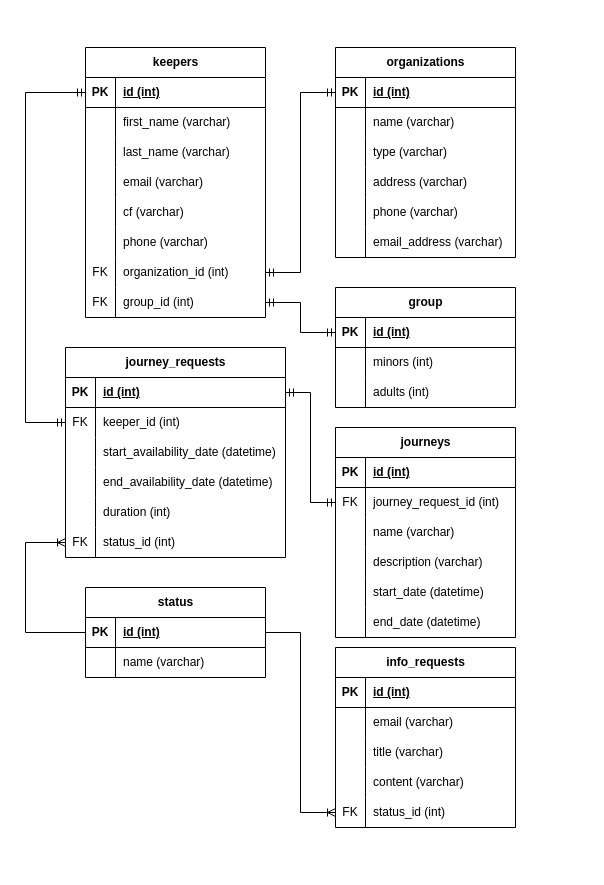
MauroPacenti/CC-Education keeps this draw.io diagram as documentation/backend/blueprints/database/CC-Education.drawio. Above is the earlier version. Source tidied: cells renumbered, new cells numbered last; positions are measured from the earlier drawing's top-left corner, leaving out a move shared by most shapes. Both pictures are drawn from the tidied source at 100%, with x=0, y=0 at pixel (25, 47).
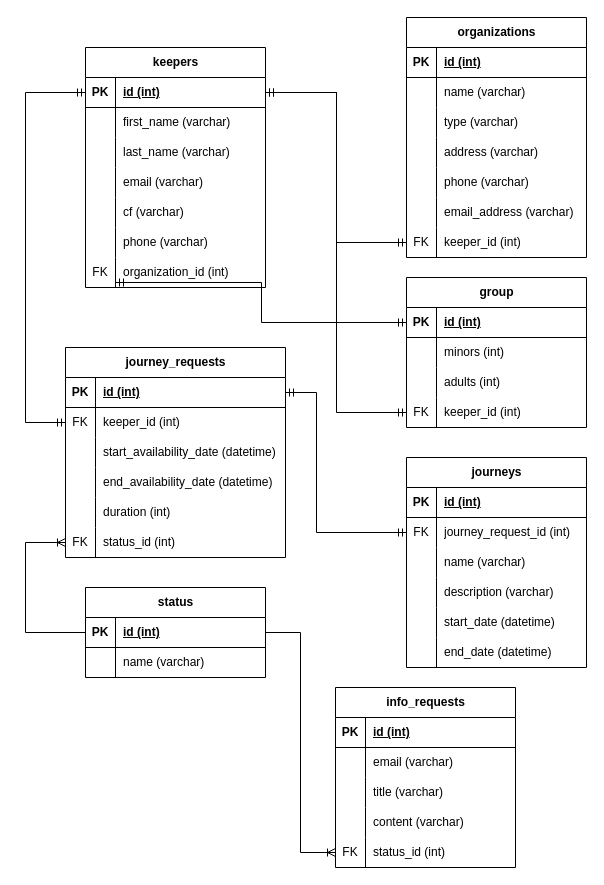
Above is the later version.

Commit message:
CC-Education database blueprint corrected

now keepers table only migrates its key intead of accepting foreign
keys;
now groups and organizations table accept keeper_id as foreign key;

The change refers to these unchanged cells:
```xml
<mxCell id="6" style="shape=tableRow;horizontal=0;startSize=0;swimlaneHead=0;swimlaneBody=0;fillColor=none;points=[[0,0.5],[1,0.5]];portConstraint=eastwest;top=0;left=0;right=0;bottom=0;" parent="2" vertex="1">
  <mxGeometry y="60" width="180" height="30" as="geometry" />
</mxCell>
<mxCell id="22" style="shape=tableRow;horizontal=0;startSize=0;swimlaneHead=0;swimlaneBody=0;fillColor=none;points=[[0,0.5],[1,0.5]];portConstraint=eastwest;top=0;left=0;right=0;bottom=1;" parent="21" vertex="1">
  <mxGeometry y="30" width="180" height="30" as="geometry" />
</mxCell>
<mxCell id="57" style="shape=tableRow;horizontal=0;startSize=0;swimlaneHead=0;swimlaneBody=0;fillColor=none;points=[[0,0.5],[1,0.5]];portConstraint=eastwest;top=0;left=0;right=0;bottom=1;" parent="56" vertex="1">
  <mxGeometry y="30" width="180" height="30" as="geometry" />
</mxCell>
<mxCell id="75" style="shape=tableRow;horizontal=0;startSize=0;swimlaneHead=0;swimlaneBody=0;fillColor=none;points=[[0,0.5],[1,0.5]];portConstraint=eastwest;top=0;left=0;right=0;bottom=0;" parent="56" vertex="1">
  <mxGeometry y="210" width="180" height="30" as="geometry" />
</mxCell>
<mxCell id="82" style="shape=tableRow;horizontal=0;startSize=0;swimlaneHead=0;swimlaneBody=0;fillColor=none;points=[[0,0.5],[1,0.5]];portConstraint=eastwest;top=0;left=0;right=0;bottom=1;" parent="81" vertex="1">
  <mxGeometry y="30" width="220" height="30" as="geometry" />
</mxCell>
<mxCell id="111" style="shape=tableRow;horizontal=0;startSize=0;swimlaneHead=0;swimlaneBody=0;fillColor=none;points=[[0,0.5],[1,0.5]];portConstraint=eastwest;top=0;left=0;right=0;bottom=1;" parent="110" vertex="1">
  <mxGeometry y="30" width="180" height="30" as="geometry" />
</mxCell>
```

Diff of the diagram source:
```diff
@@
     <mxCell id="2" value="journeys" style="shape=table;startSize=30;childLayout=tableLayout;rowLines=0;fontStyle=1;align=center;html=1;" parent="1" vertex="1">
-      <mxGeometry x="310" y="380" width="180" height="210" as="geometry" />
+      <mxGeometry x="381" y="410" width="180" height="210" as="geometry" />
     </mxCell>
@@
     <mxCell id="21" value="organizations" style="shape=table;startSize=30;childLayout=tableLayout;rowLines=0;fontStyle=1;align=center;html=1;" parent="1" vertex="1">
-      <mxGeometry x="310" width="180" height="210" as="geometry" />
+      <mxGeometry x="381" y="-30" width="180" height="240" as="geometry" />
     </mxCell>
@@
+    <mxCell id="123" style="shape=tableRow;horizontal=0;startSize=0;swimlaneHead=0;swimlaneBody=0;fillColor=none;points=[[0,0.5],[1,0.5]];portConstraint=eastwest;top=0;left=0;right=0;bottom=0;" parent="21" vertex="1">
+      <mxGeometry y="210" width="180" height="30" as="geometry" />
+    </mxCell>
+    <mxCell id="124" value="FK" style="shape=partialRectangle;fillColor=none;top=0;left=0;bottom=0;right=0;overflow=hidden;whiteSpace=wrap;html=1;" parent="123" vertex="1">
+      <mxGeometry width="30" height="30" as="geometry" />
+    </mxCell>
+    <mxCell id="125" value="keeper_id (int)" style="shape=partialRectangle;fillColor=none;top=0;left=0;bottom=0;right=0;align=left;spacingLeft=6;overflow=hidden;whiteSpace=wrap;html=1;" parent="123" vertex="1">
+      <mxGeometry x="30" width="150" height="30" as="geometry" />
+    </mxCell>
     <mxCell id="40" value="info_requests" style="shape=table;startSize=30;childLayout=tableLayout;rowLines=0;fontStyle=1;align=center;html=1;" parent="1" vertex="1">
-      <mxGeometry x="310" y="600" width="180" height="180" as="geometry" />
+      <mxGeometry x="310" y="640" width="180" height="180" as="geometry" />
     </mxCell>
@@
     <mxCell id="56" value="keepers" style="shape=table;startSize=30;childLayout=tableLayout;rowLines=0;fontStyle=1;align=center;html=1;" parent="1" vertex="1">
-      <mxGeometry x="60" width="180" height="270" as="geometry" />
+      <mxGeometry x="60" width="180" height="240" as="geometry" />
     </mxCell>
@@
-    <mxCell id="78" style="shape=tableRow;horizontal=0;startSize=0;swimlaneHead=0;swimlaneBody=0;fillColor=none;points=[[0,0.5],[1,0.5]];portConstraint=eastwest;top=0;left=0;right=0;bottom=0;" parent="56" vertex="1">
-      <mxGeometry y="240" width="180" height="30" as="geometry" />
-    </mxCell>
-    <mxCell id="79" value="FK" style="shape=partialRectangle;fillColor=none;top=0;left=0;bottom=0;right=0;overflow=hidden;whiteSpace=wrap;html=1;" parent="78" vertex="1">
-      <mxGeometry width="30" height="30" as="geometry" />
-    </mxCell>
-    <mxCell id="80" value="group_id (int)" style="shape=partialRectangle;fillColor=none;top=0;left=0;bottom=0;right=0;align=left;spacingLeft=6;overflow=hidden;whiteSpace=wrap;html=1;" parent="78" vertex="1">
-      <mxGeometry x="30" width="150" height="30" as="geometry" />
-    </mxCell>
@@
     <mxCell id="109" style="edgeStyle=elbowEdgeStyle;fontSize=12;html=1;endArrow=ERmandOne;startArrow=ERmandOne;rounded=0;exitX=1;exitY=0.5;exitDx=0;exitDy=0;entryX=0;entryY=0.5;entryDx=0;entryDy=0;" parent="1" edge="1" source="82" target="6">
-      <mxGeometry relative="1" as="geometry" />
+      <mxGeometry relative="1" as="geometry">
+        <Array as="points">
+          <mxPoint x="291" y="410" />
+        </Array>
+      </mxGeometry>
     </mxCell>
     <mxCell id="110" value="group" style="shape=table;startSize=30;childLayout=tableLayout;rowLines=0;fontStyle=1;align=center;html=1;" parent="1" vertex="1">
-      <mxGeometry x="310" y="240" width="180" height="120" as="geometry" />
+      <mxGeometry x="381" y="230" width="180" height="150" as="geometry" />
     </mxCell>
@@
+    <mxCell id="126" style="shape=tableRow;horizontal=0;startSize=0;swimlaneHead=0;swimlaneBody=0;fillColor=none;points=[[0,0.5],[1,0.5]];portConstraint=eastwest;top=0;left=0;right=0;bottom=0;" parent="110" vertex="1">
+      <mxGeometry y="120" width="180" height="30" as="geometry" />
+    </mxCell>
+    <mxCell id="127" value="FK" style="shape=partialRectangle;fillColor=none;top=0;left=0;bottom=0;right=0;overflow=hidden;whiteSpace=wrap;html=1;" parent="126" vertex="1">
+      <mxGeometry width="30" height="30" as="geometry" />
+    </mxCell>
+    <mxCell id="128" value="keeper_id (int)" style="shape=partialRectangle;fillColor=none;top=0;left=0;bottom=0;right=0;align=left;spacingLeft=6;overflow=hidden;whiteSpace=wrap;html=1;" parent="126" vertex="1">
+      <mxGeometry x="30" width="150" height="30" as="geometry" />
+    </mxCell>
-    <mxCell id="120" style="edgeStyle=elbowEdgeStyle;fontSize=12;html=1;endArrow=ERmandOne;startArrow=ERmandOne;rounded=0;exitX=0;exitY=0.5;exitDx=0;exitDy=0;entryX=1;entryY=0.5;entryDx=0;entryDy=0;" parent="1" edge="1" source="22" target="75">
+    <mxCell id="120" style="edgeStyle=elbowEdgeStyle;fontSize=12;html=1;endArrow=ERmandOne;startArrow=ERmandOne;rounded=0;entryX=1;entryY=0.5;entryDx=0;entryDy=0;" parent="1" edge="1" source="123" target="57">
       <mxGeometry relative="1" as="geometry" />
     </mxCell>
-    <mxCell id="121" style="edgeStyle=elbowEdgeStyle;fontSize=12;html=1;endArrow=ERmandOne;startArrow=ERmandOne;rounded=0;exitX=0;exitY=0.5;exitDx=0;exitDy=0;entryX=1;entryY=0.5;entryDx=0;entryDy=0;" parent="1" edge="1" source="111" target="78">
-      <mxGeometry relative="1" as="geometry" />
+    <mxCell id="121" style="edgeStyle=elbowEdgeStyle;fontSize=12;html=1;endArrow=ERmandOne;startArrow=ERmandOne;rounded=0;exitX=0;exitY=0.5;exitDx=0;exitDy=0;entryX=1;entryY=0.5;entryDx=0;entryDy=0;" parent="1" edge="1" source="111">
+      <mxGeometry relative="1" as="geometry">
+        <mxPoint x="90" y="235" as="targetPoint" />
+      </mxGeometry>
     </mxCell>
@@
+    <mxCell id="129" style="edgeStyle=elbowEdgeStyle;fontSize=12;html=1;endArrow=ERmandOne;startArrow=ERmandOne;rounded=0;exitX=0;exitY=0.5;exitDx=0;exitDy=0;entryX=1;entryY=0.5;entryDx=0;entryDy=0;" parent="1" edge="1" source="126" target="57">
+      <mxGeometry relative="1" as="geometry" />
+    </mxCell>
```
